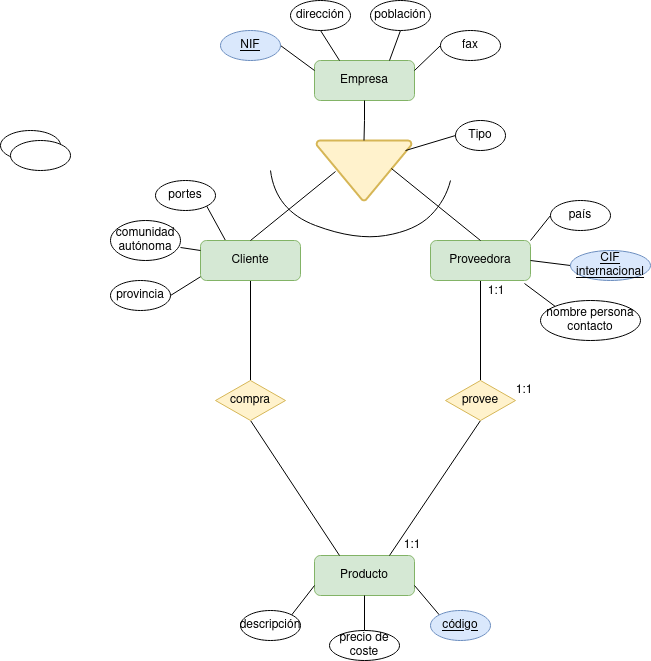
Earlier version of the draw.io export Unidad-1/Tareas/Tareas-evaluables/Tarea-evaluable-4/tarea-evaluable-4.drawio.png (LuisMGlez/base-datos). Source tidied: cells renumbered, new cells last; positions are measured from the earlier drawing's top-left corner, leaving out a move shared by most shapes.
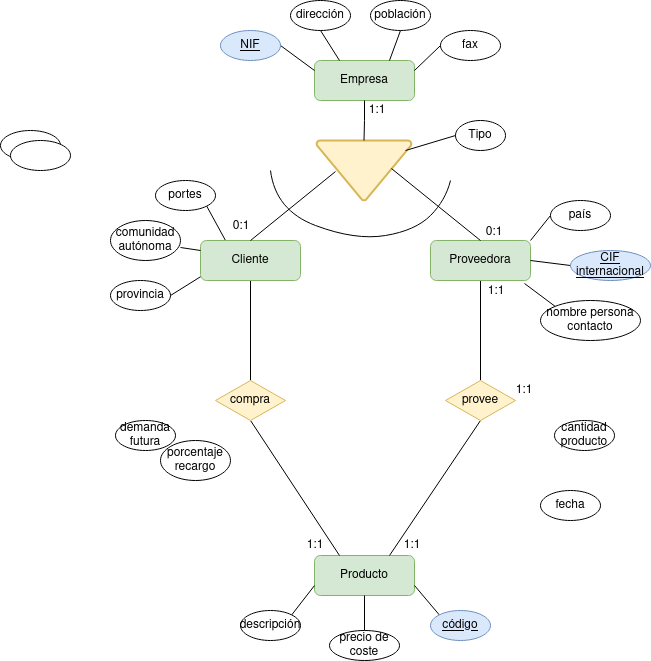
After the commit.

What changed in the source:
```diff
@@ -157,5 +157,29 @@
     <mxCell id="49" value="1:1" style="text;strokeColor=none;align=center;fillColor=none;html=1;verticalAlign=middle;whiteSpace=wrap;rounded=0;" parent="1" vertex="1">
       <mxGeometry x="494" y="375" width="60" height="30" as="geometry" />
     </mxCell>
+    <mxCell id="50" value="porcentaje recargo" style="ellipse;whiteSpace=wrap;html=1;" parent="1" vertex="1">
+      <mxGeometry x="160" y="440" width="70" height="40" as="geometry" />
+    </mxCell>
+    <mxCell id="51" value="demanda futura" style="ellipse;whiteSpace=wrap;html=1;" parent="1" vertex="1">
+      <mxGeometry x="115" y="420" width="60" height="30" as="geometry" />
+    </mxCell>
+    <mxCell id="52" value="cantidad producto" style="ellipse;whiteSpace=wrap;html=1;" parent="1" vertex="1">
+      <mxGeometry x="554" y="420" width="60" height="30" as="geometry" />
+    </mxCell>
+    <mxCell id="53" value="fecha" style="ellipse;whiteSpace=wrap;html=1;" parent="1" vertex="1">
+      <mxGeometry x="540" y="490" width="60" height="30" as="geometry" />
+    </mxCell>
+    <mxCell id="54" value="1:1" style="text;strokeColor=none;align=center;fillColor=none;html=1;verticalAlign=middle;whiteSpace=wrap;rounded=0;" parent="1" vertex="1">
+      <mxGeometry x="347" y="95" width="60" height="30" as="geometry" />
+    </mxCell>
+    <mxCell id="55" value="0:1" style="text;strokeColor=none;align=center;fillColor=none;html=1;verticalAlign=middle;whiteSpace=wrap;rounded=0;" parent="1" vertex="1">
+      <mxGeometry x="211" y="211" width="60" height="30" as="geometry" />
+    </mxCell>
+    <mxCell id="56" value="0:1" style="text;strokeColor=none;align=center;fillColor=none;html=1;verticalAlign=middle;whiteSpace=wrap;rounded=0;" parent="1" vertex="1">
+      <mxGeometry x="464" y="217" width="60" height="30" as="geometry" />
+    </mxCell>
+    <mxCell id="57" value="1:1" style="text;strokeColor=none;align=center;fillColor=none;html=1;verticalAlign=middle;whiteSpace=wrap;rounded=0;" parent="1" vertex="1">
+      <mxGeometry x="285" y="530" width="60" height="30" as="geometry" />
+    </mxCell>
   </root>
 </mxGraphModel>
```
